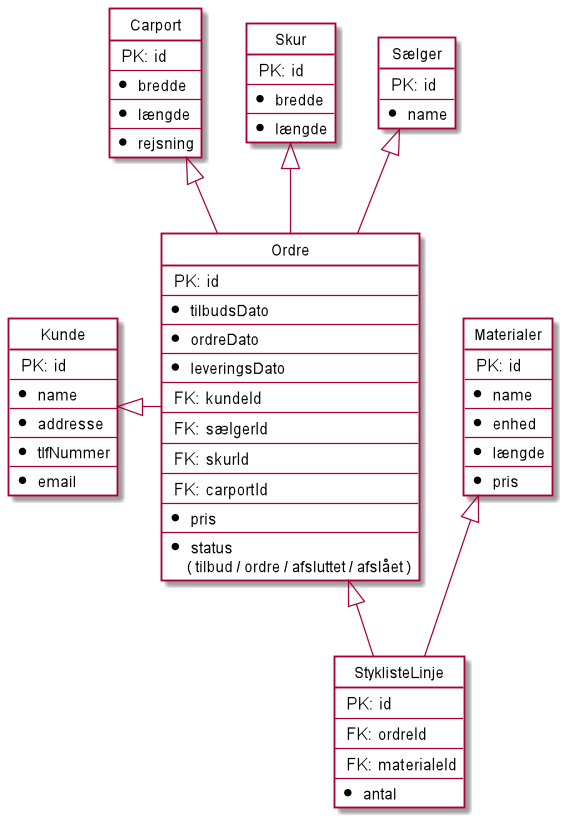
Before: src/main/Diagrammer/png/ER.png, a diagram exported from PlantUML (kalhauge/Fog).
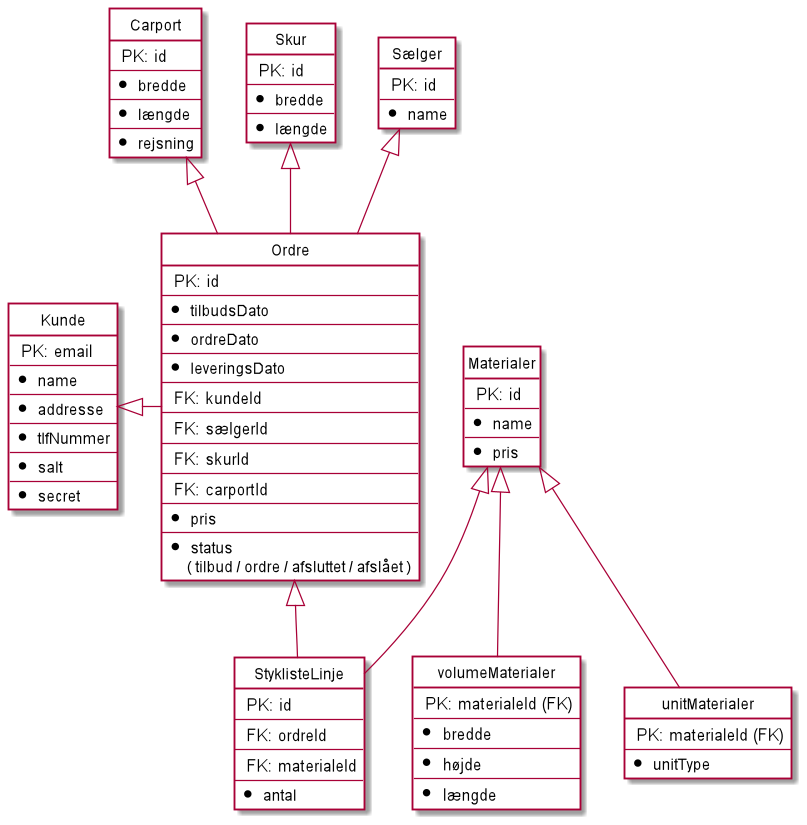
After the change.

The edit, as a diff of the source:
```diff
@@ -6,7 +6,7 @@
 hide empty members
 
 entity Kunde #White {
-   <size:13> PK: id
+   <size:13> PK: email
    --
    * <size:12> name
    --
@@ -14,7 +14,9 @@
    --
    * <size:12> tlfNummer
    --
-   * <size:12> email
+   * <size:12> salt
+   --
+   * <size:12> secret
 }
 
 entity Carport #White {
@@ -59,14 +61,26 @@
     <size:12>( tilbud / ordre / afsluttet / afslået )
 }
 
+entity unitMaterialer #White {
+   <size:13> PK: materialeId (FK)
+   --
+   * <size:12> unitType
+}
+
+entity volumeMaterialer #White {
+   <size:13> PK: materialeId (FK)
+   --
+   * <size:13> bredde
+   --
+   * <size:13> højde
+   --
+   * <size:13> længde
+}
+
 entity Materialer #White {
    <size:13> PK: id
    --
    * <size:12> name
-   --
-   * <size:12> enhed
-   --
-   * <size:12> længde
    --
    * <size:12> pris
 }
@@ -96,4 +110,6 @@
 Skur <|-- Ordre
 Ordre <|-- StyklisteLinje
 Materialer <|-- StyklisteLinje
+Materialer <|-- volumeMaterialer
+Materialer <|-- unitMaterialer
 @enduml
```
